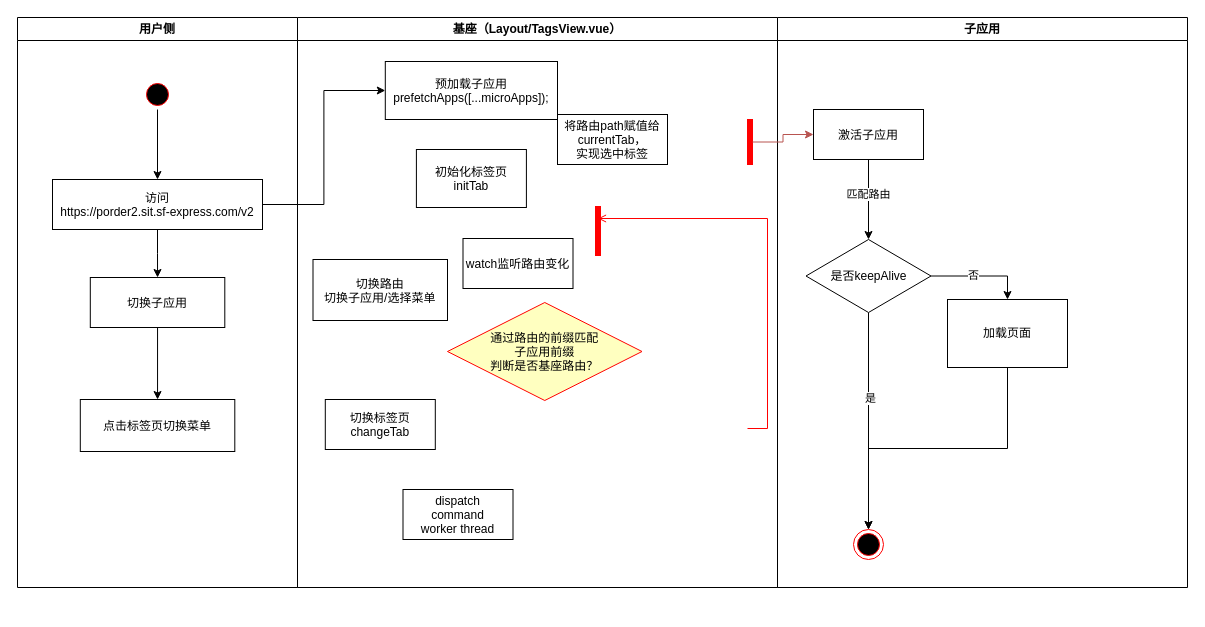
Earlier version of the draw.io diagram 未命名绘图.drawio (wangkris03/draw.io). Source tidied: cells renumbered, new cells numbered last; positions are measured from the earlier drawing's top-left corner, leaving out a move shared by most shapes. Both pictures are drawn from the tidied source at 100%, with x=0, y=0 at pixel (17, 17).
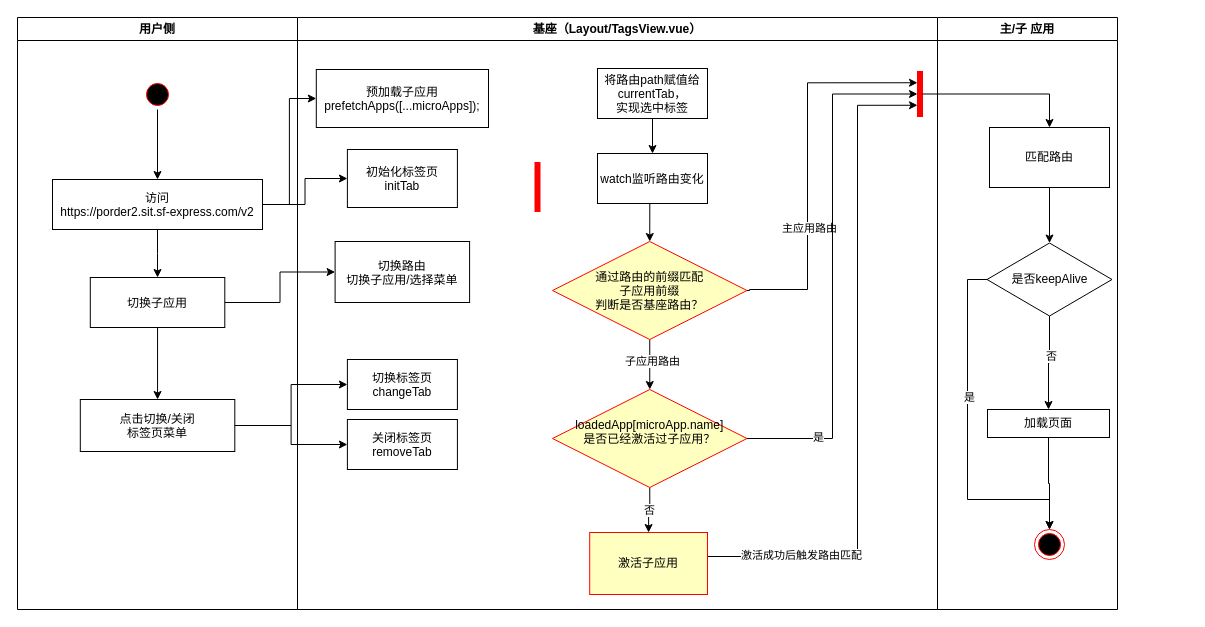
After the change.

Commit message (it also covers changes not shown here):
更新未命名绘图.drawio

The change refers to these unchanged cells:
```xml
<mxCell id="4" value="访问&#10;https://porder2.sit.sf-express.com/v2" parent="2" vertex="1">
  <mxGeometry x="35" y="162" width="210" height="50" as="geometry" />
</mxCell>
<mxCell id="8" value="切换子应用" parent="2" vertex="1">
  <mxGeometry x="72.8" y="260" width="134.5" height="50" as="geometry" />
</mxCell>
```

The edit, as a diff of the source:
```diff
@@
     <mxCell id="2" value="用户侧" style="swimlane;whiteSpace=wrap;" parent="1" vertex="1">
-      <mxGeometry width="280" height="570" as="geometry" />
+      <mxGeometry width="280" height="592" as="geometry" />
     </mxCell>
@@
-    <mxCell id="9" value="点击标签页切换菜单" parent="2" vertex="1">
+    <mxCell id="9" value="点击切换/关闭&#10;标签页菜单" parent="2" vertex="1">
       <mxGeometry x="62.8" y="382" width="154.5" height="52" as="geometry" />
     </mxCell>
     <mxCell id="10" value="基座（Layout/TagsView.vue）" style="swimlane;whiteSpace=wrap;" parent="1" vertex="1">
-      <mxGeometry x="280" width="480" height="570" as="geometry" />
+      <mxGeometry x="280" width="640" height="592" as="geometry" />
     </mxCell>
     <mxCell id="11" value="切换路由&#10;切换子应用/选择菜单" parent="10" vertex="1">
-      <mxGeometry x="15.5" y="242" width="134.5" height="61" as="geometry" />
+      <mxGeometry x="37.6" y="224" width="134.5" height="61" as="geometry" />
     </mxCell>
+    <mxCell id="36" style="edgeStyle=orthogonalEdgeStyle;rounded=0;jettySize=auto;html=1;exitX=0.5;exitY=1;exitDx=0;exitDy=0;entryX=0.5;entryY=0;entryDx=0;entryDy=0;" parent="10" edge="1" source="12" target="14">
+      <mxGeometry relative="1" as="geometry" />
+    </mxCell>
     <mxCell id="12" value="watch监听路由变化" parent="10" vertex="1">
-      <mxGeometry x="165.5" y="221" width="110" height="50" as="geometry" />
+      <mxGeometry x="300" y="136" width="110" height="50" as="geometry" />
     </mxCell>
     <mxCell id="13" value="初始化标签页&#10;initTab" parent="10" vertex="1">
-      <mxGeometry x="118.9" y="132" width="110" height="58" as="geometry" />
+      <mxGeometry x="49.9" y="132" width="110" height="58" as="geometry" />
     </mxCell>
+    <mxCell id="37" style="edgeStyle=orthogonalEdgeStyle;rounded=0;jettySize=auto;html=1;" parent="10" edge="1" source="14" target="44">
+      <mxGeometry relative="1" as="geometry" />
+    </mxCell>
+    <mxCell id="38" value="子应用路由" style="edgeLabel;html=1;align=center;verticalAlign=middle;" parent="37" vertex="1">
+      <mxGeometry x="-0.15" y="2" relative="1" as="geometry" />
+    </mxCell>
     <mxCell id="14" value="通过路由的前缀匹配&#10;子应用前缀&#10;判断是否基座路由？" style="rhombus;fillColor=#ffffc0;strokeColor=#ff0000;" parent="10" vertex="1">
-      <mxGeometry x="150" y="285" width="194.5" height="98" as="geometry" />
+      <mxGeometry x="255" y="224" width="194.5" height="98" as="geometry" />
     </mxCell>
     <mxCell id="15" style="shape=line;strokeWidth=6;strokeColor=#ff0000;rotation=90;" parent="10" vertex="1">
-      <mxGeometry x="275.5" y="206" width="50" height="15" as="geometry" />
+      <mxGeometry x="215" y="162" width="50" height="15" as="geometry" />
     </mxCell>
-    <mxCell id="16" value="dispatch&#10;command&#10;worker thread" parent="10" vertex="1">
-      <mxGeometry x="105.5" y="472" width="110" height="50" as="geometry" />
-    </mxCell>
     <mxCell id="17" style="whiteSpace=wrap;strokeColor=#FF0000;fillColor=#FF0000;" parent="10" vertex="1">
-      <mxGeometry x="450" y="102" width="5" height="45" as="geometry" />
+      <mxGeometry x="620" y="54" width="5" height="45" as="geometry" />
     </mxCell>
+    <mxCell id="39" style="edgeStyle=orthogonalEdgeStyle;rounded=0;jettySize=auto;html=1;exitX=0.5;exitY=1;exitDx=0;exitDy=0;entryX=0.5;entryY=0;entryDx=0;entryDy=0;" parent="10" edge="1" source="18" target="12">
+      <mxGeometry relative="1" as="geometry" />
+    </mxCell>
     <mxCell id="18" value="将路由path赋值给&#10;currentTab，&#10;实现选中标签" parent="10" vertex="1">
-      <mxGeometry x="260" y="97" width="110" height="50" as="geometry" />
+      <mxGeometry x="300" y="51" width="110" height="50" as="geometry" />
     </mxCell>
     <mxCell id="19" value="切换标签页&#10;changeTab" parent="10" vertex="1">
-      <mxGeometry x="27.8" y="382" width="110" height="50" as="geometry" />
+      <mxGeometry x="49.9" y="342" width="110" height="50" as="geometry" />
     </mxCell>
     <mxCell id="20" value="预加载子应用&#10;prefetchApps([...microApps]);" parent="10" vertex="1">
-      <mxGeometry x="87.8" y="44" width="172.2" height="58" as="geometry" />
+      <mxGeometry x="18.8" y="52" width="172.2" height="58" as="geometry" />
     </mxCell>
+    <mxCell id="40" value="关闭标签页&#10;removeTab" parent="10" vertex="1">
+      <mxGeometry x="49.9" y="402" width="110" height="50" as="geometry" />
+    </mxCell>
+    <mxCell id="41" style="edgeStyle=orthogonalEdgeStyle;rounded=0;jettySize=auto;html=1;exitX=1;exitY=0.5;exitDx=0;exitDy=0;entryX=0;entryY=0.75;entryDx=0;entryDy=0;" parent="10" edge="1" source="24" target="17">
+      <mxGeometry relative="1" as="geometry">
+        <Array as="points">
+          <mxPoint x="560" y="539" />
+          <mxPoint x="560" y="88" />
+        </Array>
+      </mxGeometry>
+    </mxCell>
+    <mxCell id="42" value="激活成功后触发路由匹配" style="edgeLabel;html=1;align=center;verticalAlign=middle;" parent="41" vertex="1">
+      <mxGeometry x="-0.7" y="2" relative="1" as="geometry" />
+    </mxCell>
+    <mxCell id="24" value="激活子应用" style="whiteSpace=wrap;html=1;fillColor=#ffffc0;strokeColor=#ff0000;" parent="10" vertex="1">
+      <mxGeometry x="292.2" y="515" width="117.8" height="62" as="geometry" />
+    </mxCell>
+    <mxCell id="43" value="否" style="edgeStyle=orthogonalEdgeStyle;rounded=0;jettySize=auto;html=1;exitX=0.5;exitY=1;exitDx=0;exitDy=0;entryX=0.5;entryY=0;entryDx=0;entryDy=0;" parent="10" edge="1" source="44" target="24">
+      <mxGeometry relative="1" as="geometry" />
+    </mxCell>
+    <mxCell id="44" value="loadedApp[microApp.name]&#10;是否已经激活过子应用？&#10;" style="rhombus;fillColor=#ffffc0;strokeColor=#ff0000;" parent="10" vertex="1">
+      <mxGeometry x="255" y="372" width="194.5" height="98" as="geometry" />
+    </mxCell>
+    <mxCell id="45" style="edgeStyle=orthogonalEdgeStyle;rounded=0;jettySize=auto;html=1;exitX=1;exitY=0.5;exitDx=0;exitDy=0;entryX=0;entryY=0.25;entryDx=0;entryDy=0;" parent="10" edge="1" source="14" target="17">
+      <mxGeometry relative="1" as="geometry">
+        <Array as="points">
+          <mxPoint x="452" y="273" />
+          <mxPoint x="510" y="272" />
+          <mxPoint x="510" y="156" />
+        </Array>
+      </mxGeometry>
+    </mxCell>
+    <mxCell id="46" value="主应用路由" style="edgeLabel;html=1;align=center;verticalAlign=middle;" parent="45" vertex="1">
+      <mxGeometry x="-0.35" y="-1" relative="1" as="geometry" />
+    </mxCell>
+    <mxCell id="47" style="edgeStyle=orthogonalEdgeStyle;rounded=0;jettySize=auto;html=1;exitX=1;exitY=0.5;exitDx=0;exitDy=0;entryX=0;entryY=0.5;entryDx=0;entryDy=0;" parent="10" edge="1" source="44" target="17">
+      <mxGeometry relative="1" as="geometry">
+        <Array as="points">
+          <mxPoint x="535" y="421" />
+          <mxPoint x="535" y="77" />
+        </Array>
+      </mxGeometry>
+    </mxCell>
+    <mxCell id="48" value="是" style="edgeLabel;html=1;align=center;verticalAlign=middle;" parent="47" vertex="1">
+      <mxGeometry x="-0.73" y="2" relative="1" as="geometry">
+        <mxPoint x="1" as="offset" />
+      </mxGeometry>
+    </mxCell>
-    <mxCell id="21" value="子应用" style="swimlane;whiteSpace=wrap;" parent="1" vertex="1">
-      <mxGeometry x="760" width="410" height="570" as="geometry" />
+    <mxCell id="21" value="主/子 应用" style="swimlane;whiteSpace=wrap;" parent="1" vertex="1">
+      <mxGeometry x="920" width="180" height="592" as="geometry" />
     </mxCell>
-    <mxCell id="22" style="edgeStyle=orthogonalEdgeStyle;rounded=0;jettySize=auto;html=1;" parent="21" edge="1" source="24" target="31">
-      <mxGeometry relative="1" as="geometry" />
-    </mxCell>
-    <mxCell id="23" value="匹配路由" style="edgeLabel;html=1;align=center;verticalAlign=middle;points=[];" parent="22" vertex="1">
-      <mxGeometry x="-0.14" y="-1" relative="1" as="geometry" />
-    </mxCell>
-    <mxCell id="24" value="激活子应用" parent="21" vertex="1">
-      <mxGeometry x="36" y="92" width="110" height="50" as="geometry" />
-    </mxCell>
-    <mxCell id="25" style="edgeStyle=elbowEdgeStyle;elbow=horizontal;strokeColor=#FF0000;endArrow=open;endFill=1;rounded=0;entryX=0.25;entryY=0.5;entryPerimeter=0;" parent="21" edge="1" target="15">
-      <mxGeometry relative="1" as="geometry">
-        <mxPoint x="-30" y="411" as="sourcePoint" />
-        <Array as="points">
-          <mxPoint x="-10" y="136" />
-        </Array>
-      </mxGeometry>
-    </mxCell>
     <mxCell id="26" style="ellipse;shape=endState;fillColor=#000000;strokeColor=#ff0000;" parent="21" vertex="1">
-      <mxGeometry x="76" y="512" width="30" height="30" as="geometry" />
+      <mxGeometry x="97" y="512" width="30" height="30" as="geometry" />
     </mxCell>
-    <mxCell id="27" style="edgeStyle=orthogonalEdgeStyle;rounded=0;jettySize=auto;html=1;entryX=0.5;entryY=0;entryDx=0;entryDy=0;" parent="21" edge="1" source="31" target="26">
-      <mxGeometry relative="1" as="geometry" />
+    <mxCell id="27" style="edgeStyle=orthogonalEdgeStyle;rounded=0;jettySize=auto;html=1;entryX=0.5;entryY=0;entryDx=0;entryDy=0;exitX=0;exitY=0.5;exitDx=0;exitDy=0;" parent="21" edge="1" source="31" target="26">
+      <mxGeometry relative="1" as="geometry">
+        <Array as="points">
+          <mxPoint x="30" y="262" />
+          <mxPoint x="30" y="482" />
+          <mxPoint x="112" y="482" />
+        </Array>
+      </mxGeometry>
     </mxCell>
@@
-    <mxCell id="29" style="edgeStyle=orthogonalEdgeStyle;rounded=0;jettySize=auto;html=1;entryX=0.5;entryY=0;entryDx=0;entryDy=0;" parent="21" edge="1" source="31" target="33">
+    <mxCell id="29" style="edgeStyle=orthogonalEdgeStyle;rounded=0;jettySize=auto;html=1;entryX=0.5;entryY=0;entryDx=0;entryDy=0;exitX=0.5;exitY=1;exitDx=0;exitDy=0;" parent="21" edge="1" source="31" target="33">
       <mxGeometry relative="1" as="geometry" />
     </mxCell>
@@
     <mxCell id="31" value="是否keepAlive" style="rhombus;whiteSpace=wrap;html=1;" parent="21" vertex="1">
-      <mxGeometry x="28.5" y="222" width="125" height="73" as="geometry" />
+      <mxGeometry x="49.5" y="225.5" width="125" height="73" as="geometry" />
     </mxCell>
@@
     <mxCell id="33" value="加载页面" style="whiteSpace=wrap;html=1;" parent="21" vertex="1">
-      <mxGeometry x="170" y="282" width="120" height="68" as="geometry" />
+      <mxGeometry x="50" y="392" width="122" height="28" as="geometry" />
     </mxCell>
-    <mxCell id="34" style="edgeStyle=orthogonalEdgeStyle;rounded=0;jettySize=auto;html=1;entryX=0;entryY=0.5;entryDx=0;entryDy=0;exitX=1;exitY=0.5;exitDx=0;exitDy=0;fillColor=#f8cecc;strokeColor=#b85450;" parent="1" edge="1" source="17" target="24">
-      <mxGeometry relative="1" as="geometry" />
-    </mxCell>
+    <mxCell id="49" style="edgeStyle=orthogonalEdgeStyle;rounded=0;jettySize=auto;html=1;exitX=0.5;exitY=1;exitDx=0;exitDy=0;entryX=0.5;entryY=0;entryDx=0;entryDy=0;" parent="21" edge="1" source="23" target="31">
+      <mxGeometry relative="1" as="geometry" />
+    </mxCell>
+    <mxCell id="23" value="匹配路由" style="whiteSpace=wrap;html=1;" parent="21" vertex="1">
+      <mxGeometry x="52" y="110" width="120" height="60" as="geometry" />
+    </mxCell>
@@
+    <mxCell id="50" style="edgeStyle=orthogonalEdgeStyle;rounded=0;jettySize=auto;html=1;exitX=1;exitY=0.5;exitDx=0;exitDy=0;entryX=0;entryY=0.5;entryDx=0;entryDy=0;" parent="1" edge="1" source="4" target="13">
+      <mxGeometry relative="1" as="geometry" />
+    </mxCell>
+    <mxCell id="51" style="edgeStyle=orthogonalEdgeStyle;rounded=0;jettySize=auto;html=1;exitX=1;exitY=0.5;exitDx=0;exitDy=0;entryX=0;entryY=0.5;entryDx=0;entryDy=0;" parent="1" edge="1" source="8" target="11">
+      <mxGeometry relative="1" as="geometry" />
+    </mxCell>
+    <mxCell id="52" style="edgeStyle=orthogonalEdgeStyle;rounded=0;jettySize=auto;html=1;exitX=1;exitY=0.5;exitDx=0;exitDy=0;entryX=0;entryY=0.5;entryDx=0;entryDy=0;" parent="1" edge="1" source="9" target="19">
+      <mxGeometry relative="1" as="geometry" />
+    </mxCell>
+    <mxCell id="53" style="edgeStyle=orthogonalEdgeStyle;rounded=0;jettySize=auto;html=1;exitX=1;exitY=0.5;exitDx=0;exitDy=0;entryX=0;entryY=0.5;entryDx=0;entryDy=0;" parent="1" edge="1" source="9" target="40">
+      <mxGeometry relative="1" as="geometry" />
+    </mxCell>
+    <mxCell id="54" style="edgeStyle=orthogonalEdgeStyle;rounded=0;jettySize=auto;html=1;exitX=1;exitY=0.5;exitDx=0;exitDy=0;entryX=0.5;entryY=0;entryDx=0;entryDy=0;" parent="1" edge="1" source="17" target="23">
+      <mxGeometry relative="1" as="geometry" />
+    </mxCell>
```
